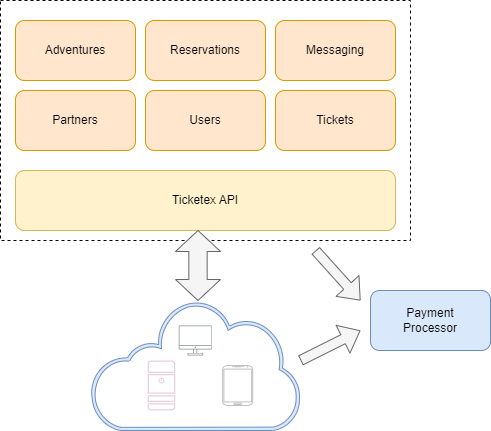
Above: docs/img/arch-Intro.drawio.png in andrescosta/ticketex (draw.io), before the change. Source tidied: cells renumbered, new cells last; positions are measured from the earlier drawing's top-left corner, leaving out a move shared by most shapes.
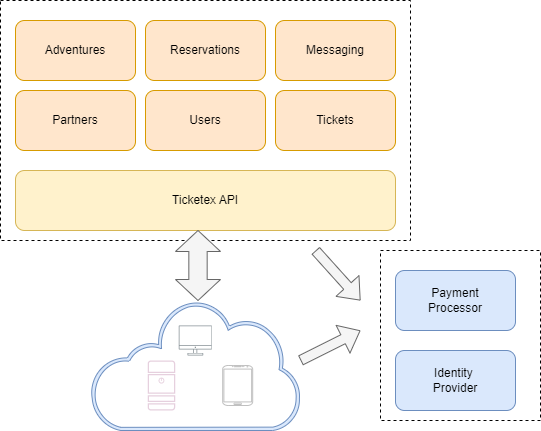
After the commit.

What changed in the source:
```diff
@@ -45,7 +45,7 @@
       <mxGeometry x="57.2" y="60" width="27.5" height="50" as="geometry" />
     </mxCell>
     <mxCell id="16" value="Payment &lt;br&gt;Processor" style="rounded=1;whiteSpace=wrap;html=1;fillColor=#dae8fc;strokeColor=#6c8ebf;" parent="1" vertex="1">
-      <mxGeometry x="370" y="290" width="120" height="60" as="geometry" />
+      <mxGeometry x="395" y="270" width="120" height="60" as="geometry" />
     </mxCell>
     <mxCell id="17" style="shape=flexArrow;endArrow=classic;html=1;rounded=0;fillColor=#f5f5f5;strokeColor=#666666;" parent="1" edge="1">
       <mxGeometry relative="1" as="geometry">
@@ -59,5 +59,11 @@
         <mxPoint x="360" y="300" as="targetPoint" />
       </mxGeometry>
     </mxCell>
+    <mxCell id="19" value="Identity&amp;nbsp;&lt;br&gt;Provider" style="rounded=1;whiteSpace=wrap;html=1;fillColor=#dae8fc;strokeColor=#6c8ebf;" parent="1" vertex="1">
+      <mxGeometry x="395" y="350" width="120" height="60" as="geometry" />
+    </mxCell>
+    <mxCell id="20" style="rounded=0;whiteSpace=wrap;html=1;fillColor=none;dashed=1;" parent="1" vertex="1">
+      <mxGeometry x="380" y="250" width="160" height="170" as="geometry" />
+    </mxCell>
   </root>
 </mxGraphModel>
```
